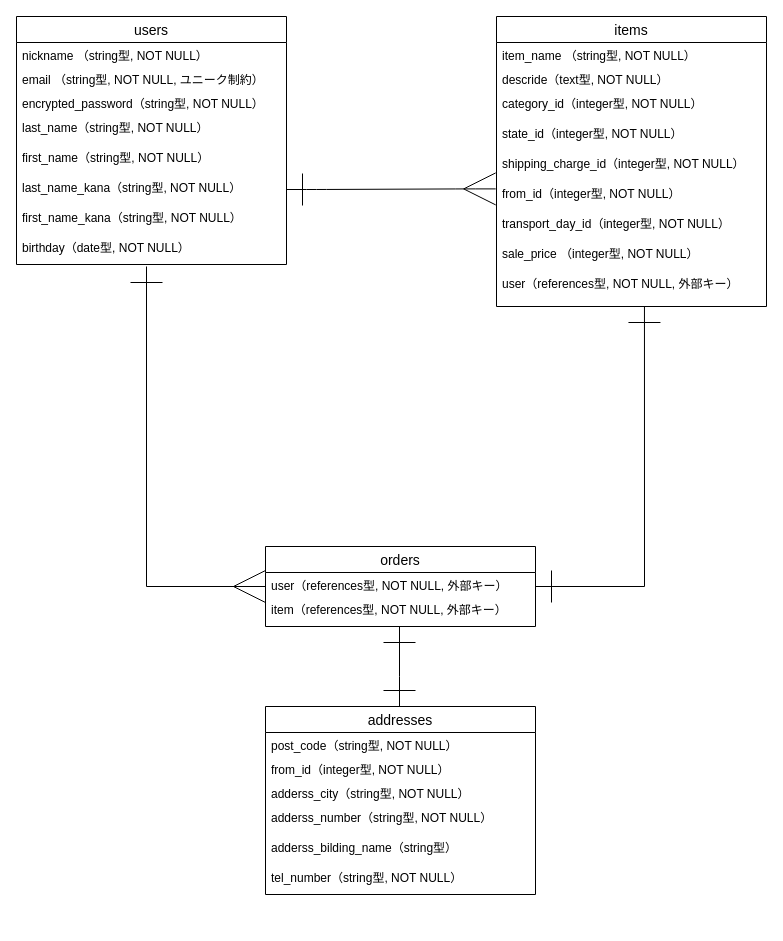
This is README.dio from inunokimoti/furima-40445, a draw.io file, before an edit. Source tidied: cells renumbered, new cells numbered last; positions are measured from the earlier drawing's top-left corner, leaving out a move shared by most shapes. Both pictures are drawn from the tidied source at 100%, with x=0, y=0 at pixel (16, 16).
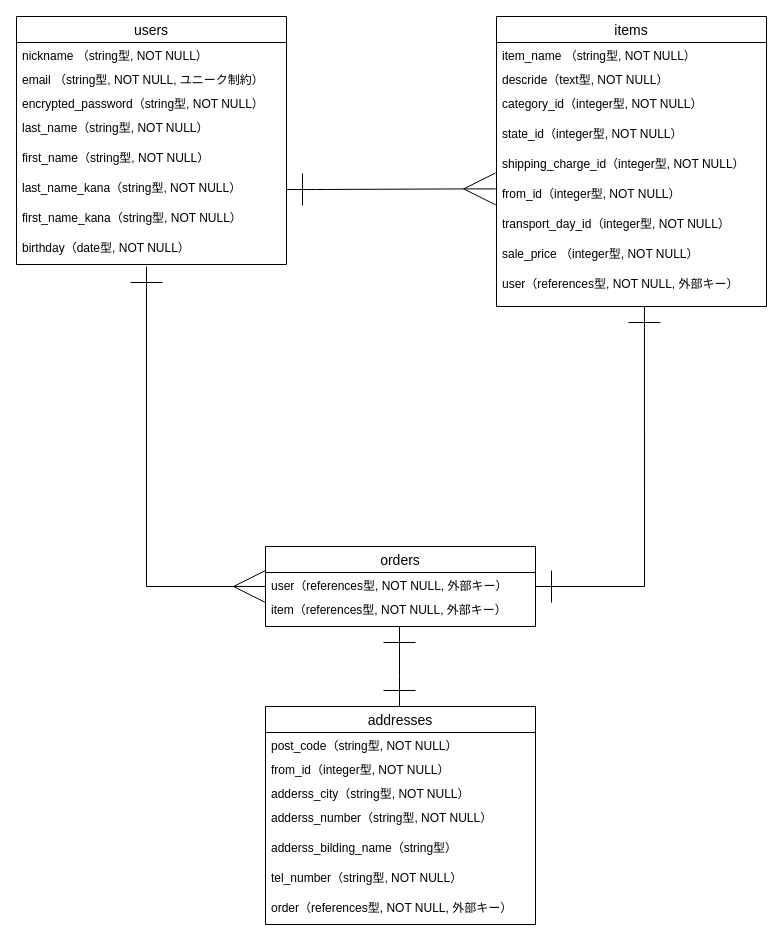
The same page after the edit.

Commit message (it also covers changes not shown here):
ER図・データベース設計再修正

Change to the diagram source:
```diff
@@
     <mxCell id="27" value="addresses" style="swimlane;fontStyle=0;horizontal=1;startSize=26;align=center;fontSize=14;" parent="1" vertex="1">
-      <mxGeometry x="249" y="690" width="270" height="188" as="geometry" />
+      <mxGeometry x="249" y="690" width="270" height="218" as="geometry" />
     </mxCell>
@@
+    <mxCell id="35" value="order（references型, NOT NULL, 外部キー）" style="text;strokeColor=none;fillColor=none;spacingLeft=4;spacingRight=4;overflow=hidden;fontSize=12;" parent="27" vertex="1">
+      <mxGeometry y="188" width="270" height="30" as="geometry" />
+    </mxCell>
```
